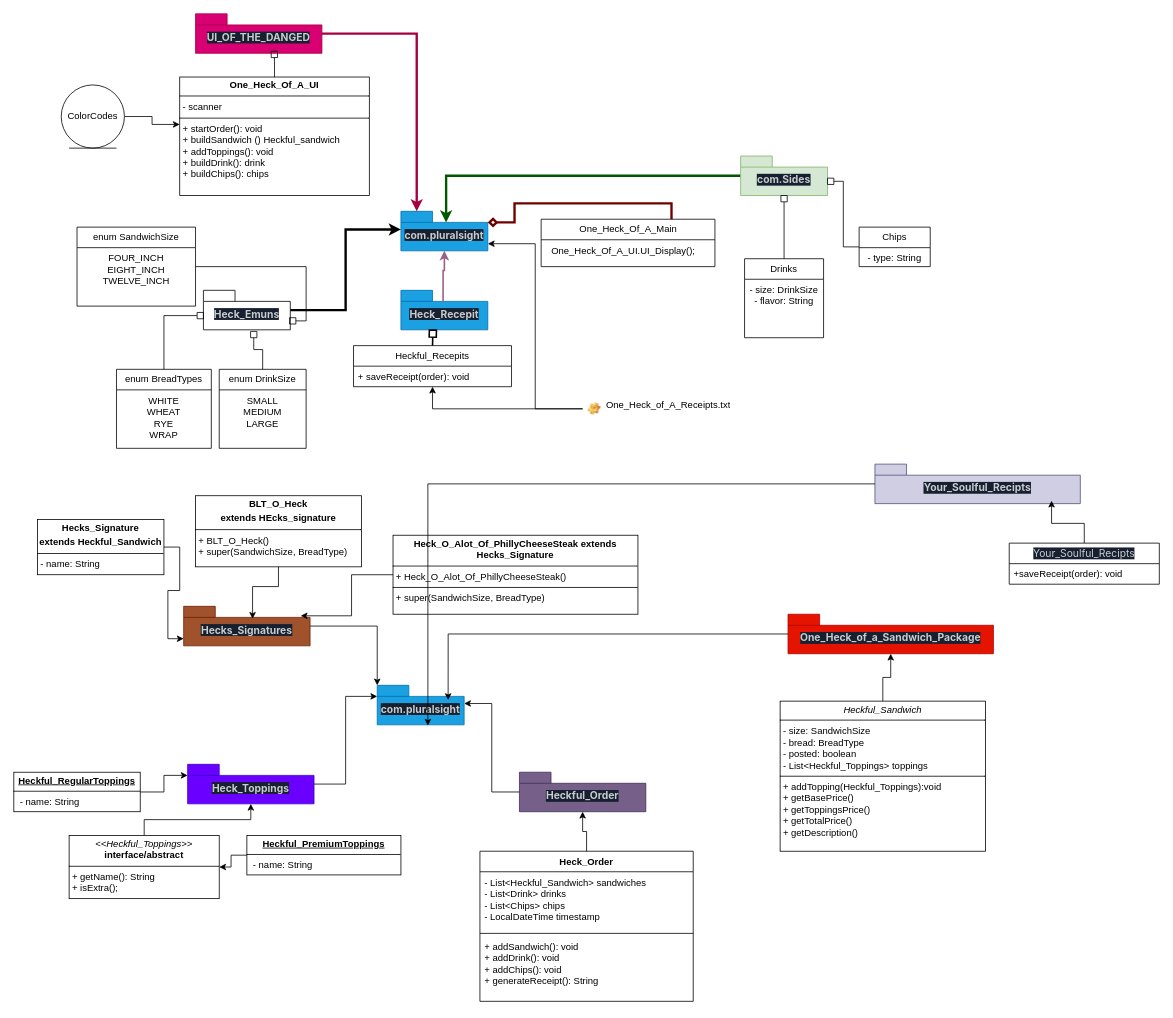
Above: One_Heck_Of_A_Sandwich_Cap_2/UML's/One Heck of A FlowChart.drawio in Year-Up-United-SPR-2025/Capstones (draw.io), before the change. Source tidied: cells renumbered, new cells numbered last; positions are measured from the earlier drawing's top-left corner, leaving out a move shared by most shapes. Both pictures are drawn from the tidied source at 79%, with x=0, y=0 at pixel (13, 13).
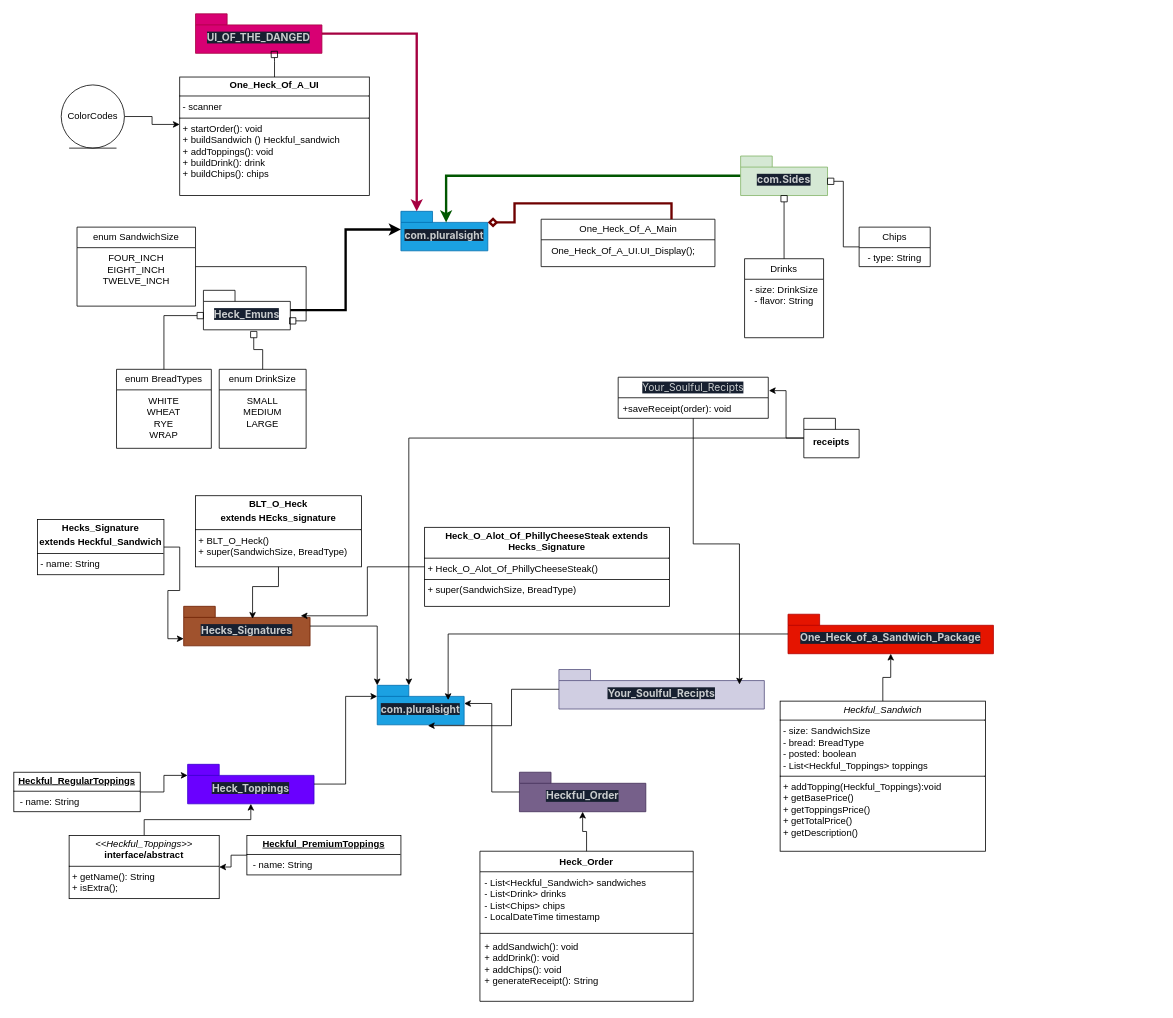
Above is the later version.

The change refers to these unchanged cells:
```xml
<mxCell id="2" value="&lt;div style=&quot;background-color:#172030;color:#c9cccd&quot;&gt;&lt;pre style=&quot;font-family:'Inter';font-size:9.8pt;&quot;&gt;com.pluralsight&lt;/pre&gt;&lt;/div&gt;" style="shape=folder;fontStyle=1;spacingTop=10;tabWidth=40;tabHeight=14;tabPosition=left;html=1;whiteSpace=wrap;fillColor=#1ba1e2;fontColor=#ffffff;strokeColor=#006EAF;" parent="1" vertex="1">
  <mxGeometry x="490" y="250" width="110" height="50" as="geometry" />
</mxCell>
<mxCell id="35" value="&lt;div style=&quot;background-color:#172030;color:#c9cccd&quot;&gt;&lt;pre style=&quot;font-family:'Inter';font-size:9.8pt;&quot;&gt;com.pluralsight&lt;/pre&gt;&lt;/div&gt;" style="shape=folder;fontStyle=1;spacingTop=10;tabWidth=40;tabHeight=14;tabPosition=left;html=1;whiteSpace=wrap;fillColor=#1ba1e2;fontColor=#ffffff;strokeColor=#006EAF;" parent="1" vertex="1">
  <mxGeometry x="460" y="850" width="110" height="50" as="geometry" />
</mxCell>
```

What changed in the source:
```diff
@@
-    <mxCell id="17" value="&lt;div style=&quot;background-color: rgb(23, 32, 48); color: rgb(201, 204, 205);&quot;&gt;&lt;pre style=&quot;font-family:'Inter';font-size:9.8pt;&quot;&gt;&lt;div style=&quot;background-color:#172030;color:#c9cccd&quot;&gt;&lt;pre style=&quot;font-family:'Inter';font-size:9.8pt;&quot;&gt;Heck_Recepit&lt;/pre&gt;&lt;/div&gt;&lt;/pre&gt;&lt;/div&gt;" style="shape=folder;fontStyle=1;spacingTop=10;tabWidth=40;tabHeight=14;tabPosition=left;html=1;whiteSpace=wrap;fillColor=light-dark(#1BA1E2,#1EC455);fontColor=#ffffff;strokeColor=#006EAF;" parent="1" vertex="1">
-      <mxGeometry x="490" y="350" width="110" height="50" as="geometry" />
-    </mxCell>
-    <mxCell id="18" style="edgeStyle=orthogonalEdgeStyle;rounded=0;jettySize=auto;html=1;entryX=0.5;entryY=1;entryDx=0;entryDy=0;entryPerimeter=0;exitX=0.485;exitY=0.31;exitDx=0;exitDy=0;exitPerimeter=0;strokeWidth=2;fillColor=#e6d0de;gradientColor=#d5739d;strokeColor=#996185;" parent="1" edge="1" source="17" target="2">
-      <mxGeometry relative="1" as="geometry" />
-    </mxCell>
-    <mxCell id="19" value="Heckful_Recepits" style="swimlane;fontStyle=0;horizontal=1;startSize=26;fillColor=none;whiteSpace=wrap;html=1;" parent="1" vertex="1">
-      <mxGeometry x="430" y="420" width="200" height="52" as="geometry" />
-    </mxCell>
-    <mxCell id="20" value="+ saveReceipt(order): void" style="text;strokeColor=none;fillColor=none;align=left;verticalAlign=top;spacingLeft=4;spacingRight=4;overflow=hidden;whiteSpace=wrap;html=1;" parent="19" vertex="1">
-      <mxGeometry y="26" width="200" height="26" as="geometry" />
-    </mxCell>
-    <mxCell id="21" style="edgeStyle=orthogonalEdgeStyle;rounded=0;jettySize=auto;html=1;entryX=0.368;entryY=1.006;entryDx=0;entryDy=0;entryPerimeter=0;strokeWidth=2;exitX=0.5;exitY=0;exitDx=0;exitDy=0;endArrow=box;endFill=0;" parent="1" edge="1" source="19" target="17">
-      <mxGeometry relative="1" as="geometry" />
-    </mxCell>
@@
-    <mxCell id="52" style="edgeStyle=orthogonalEdgeStyle;rounded=0;jettySize=auto;html=1;" parent="1" edge="1" source="53" target="19">
-      <mxGeometry relative="1" as="geometry" />
-    </mxCell>
-    <mxCell id="53" value="One_Heck_of_A_Receipts.txt" style="label;fontStyle=0;strokeColor=none;fillColor=none;align=left;verticalAlign=top;overflow=hidden;spacingLeft=28;spacingRight=4;points=[[0,0.5],[1,0.5]];portConstraint=eastwest;imageWidth=16;imageHeight=16;whiteSpace=wrap;html=1;image=img/clipart/Gear_128x128.png;" parent="1" vertex="1">
-      <mxGeometry x="720" y="482" width="225" height="36" as="geometry" />
-    </mxCell>
-    <mxCell id="54" style="edgeStyle=orthogonalEdgeStyle;rounded=0;jettySize=auto;html=1;entryX=0;entryY=0;entryDx=110;entryDy=41;entryPerimeter=0;" parent="1" edge="1" source="53" target="2">
-      <mxGeometry relative="1" as="geometry" />
-    </mxCell>
@@
     <mxCell id="59" value="&lt;p style=&quot;margin:0px;margin-top:4px;text-align:center;&quot;&gt;&lt;b&gt;Heck_O_Alot_Of_PhillyCheeseSteak extends Hecks_Signature&lt;/b&gt;&lt;/p&gt;&lt;hr size=&quot;1&quot; style=&quot;border-style:solid;&quot;&gt;&lt;p style=&quot;margin:0px;margin-left:4px;&quot;&gt;+&amp;nbsp;Heck_O_Alot_Of_PhillyCheeseSteak()&lt;/p&gt;&lt;hr size=&quot;1&quot; style=&quot;border-style:solid;&quot;&gt;&lt;p style=&quot;margin:0px;margin-left:4px;&quot;&gt;+ super(SandwichSize,&amp;nbsp;BreadType)&lt;/p&gt;" style="verticalAlign=top;align=left;overflow=fill;html=1;whiteSpace=wrap;" parent="1" vertex="1">
-      <mxGeometry x="480" y="660" width="310" height="100" as="geometry" />
+      <mxGeometry x="520" y="650" width="310" height="100" as="geometry" />
     </mxCell>
@@
     <mxCell id="67" value="&lt;div style=&quot;background-color: rgb(23, 32, 48); color: rgb(201, 204, 205);&quot;&gt;&lt;pre style=&quot;font-family:'Inter';font-size:9.8pt;&quot;&gt;&lt;div style=&quot;background-color: rgb(23, 32, 48); color: rgb(201, 204, 205);&quot;&gt;&lt;pre style=&quot;font-family:'Inter';font-size:9.8pt;&quot;&gt;&lt;div style=&quot;background-color: rgb(23, 32, 48); color: rgb(201, 204, 205);&quot;&gt;&lt;pre style=&quot;font-family:'Inter';font-size:9.8pt;&quot;&gt;&lt;div style=&quot;background-color: rgb(23, 32, 48); color: rgb(201, 204, 205);&quot;&gt;&lt;pre style=&quot;font-family:'Inter';font-size:9.8pt;&quot;&gt;&lt;div style=&quot;background-color: rgb(23, 32, 48); color: rgb(201, 204, 205);&quot;&gt;&lt;pre style=&quot;font-family:'Inter';font-size:9.8pt;&quot;&gt;&lt;div style=&quot;background-color: rgb(23, 32, 48); color: rgb(201, 204, 205);&quot;&gt;&lt;pre style=&quot;font-family:'Inter';font-size:9.8pt;&quot;&gt;&lt;div style=&quot;background-color:#172030;color:#c9cccd&quot;&gt;&lt;pre style=&quot;font-family:'Inter';font-size:9.8pt;&quot;&gt;Your_Soulful_Recipts&lt;/pre&gt;&lt;/div&gt;&lt;/pre&gt;&lt;/div&gt;&lt;/pre&gt;&lt;/div&gt;&lt;/pre&gt;&lt;/div&gt;&lt;/pre&gt;&lt;/div&gt;&lt;/pre&gt;&lt;/div&gt;&lt;/pre&gt;&lt;/div&gt;" style="shape=folder;fontStyle=1;spacingTop=10;tabWidth=40;tabHeight=14;tabPosition=left;html=1;whiteSpace=wrap;fillColor=#d0cee2;strokeColor=#56517e;" parent="1" vertex="1">
-      <mxGeometry x="1090" y="570" width="260" height="50" as="geometry" />
+      <mxGeometry x="690" y="830" width="260" height="50" as="geometry" />
     </mxCell>
@@
     <mxCell id="69" value="&lt;div style=&quot;background-color:#172030;color:#c9cccd&quot;&gt;&lt;pre style=&quot;font-family:'Inter';font-size:9.8pt;&quot;&gt;Your_Soulful_Recipts&lt;/pre&gt;&lt;/div&gt;" style="swimlane;fontStyle=0;horizontal=1;startSize=26;fillColor=none;whiteSpace=wrap;html=1;" parent="1" vertex="1">
-      <mxGeometry x="1260" y="670" width="190" height="52" as="geometry" />
+      <mxGeometry x="765" y="460" width="190" height="52" as="geometry" />
     </mxCell>
@@
-    <mxCell id="71" style="edgeStyle=orthogonalEdgeStyle;rounded=0;jettySize=auto;html=1;entryX=0.86;entryY=0.926;entryDx=0;entryDy=0;entryPerimeter=0;" parent="1" edge="1" source="69" target="67">
+    <mxCell id="71" style="edgeStyle=orthogonalEdgeStyle;rounded=0;jettySize=auto;html=1;entryX=0.879;entryY=0.379;entryDx=0;entryDy=0;entryPerimeter=0;" parent="1" edge="1" source="69" target="67">
       <mxGeometry relative="1" as="geometry" />
     </mxCell>
+    <mxCell id="72" value="receipts" style="shape=folder;fontStyle=1;spacingTop=10;tabWidth=40;tabHeight=14;tabPosition=left;html=1;whiteSpace=wrap;" parent="1" vertex="1">
+      <mxGeometry x="1000" y="512" width="70" height="50" as="geometry" />
+    </mxCell>
+    <mxCell id="73" style="edgeStyle=orthogonalEdgeStyle;rounded=0;jettySize=auto;html=1;entryX=1.004;entryY=0.326;entryDx=0;entryDy=0;entryPerimeter=0;" parent="1" edge="1" source="72" target="69">
+      <mxGeometry relative="1" as="geometry" />
+    </mxCell>
+    <mxCell id="74" style="edgeStyle=orthogonalEdgeStyle;rounded=0;jettySize=auto;html=1;entryX=0;entryY=0;entryDx=40;entryDy=0;entryPerimeter=0;" parent="1" edge="1" source="72" target="35">
+      <mxGeometry relative="1" as="geometry" />
+    </mxCell>
```
